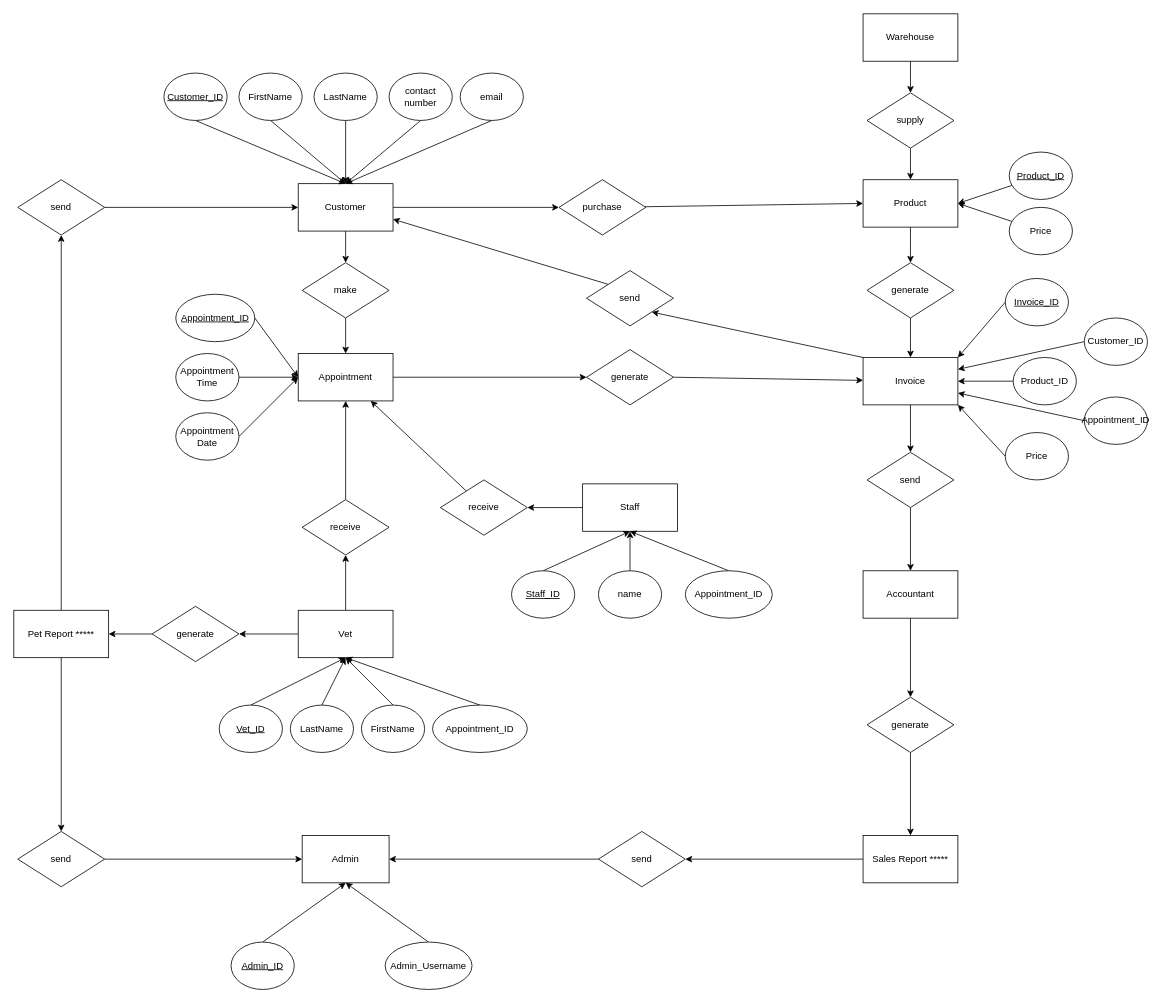
The draw.io diagram page "ERD" (4 of 4) of file drawio/SDPflowchart.drawio in Kentcwk26/SDP, before the edit. Source tidied: cells renumbered, new cells numbered last; positions are measured from the earlier drawing's top-left corner, leaving out a move shared by most shapes. Both pictures are drawn from the tidied source at 79%, with x=0, y=0 at pixel (13, 13).
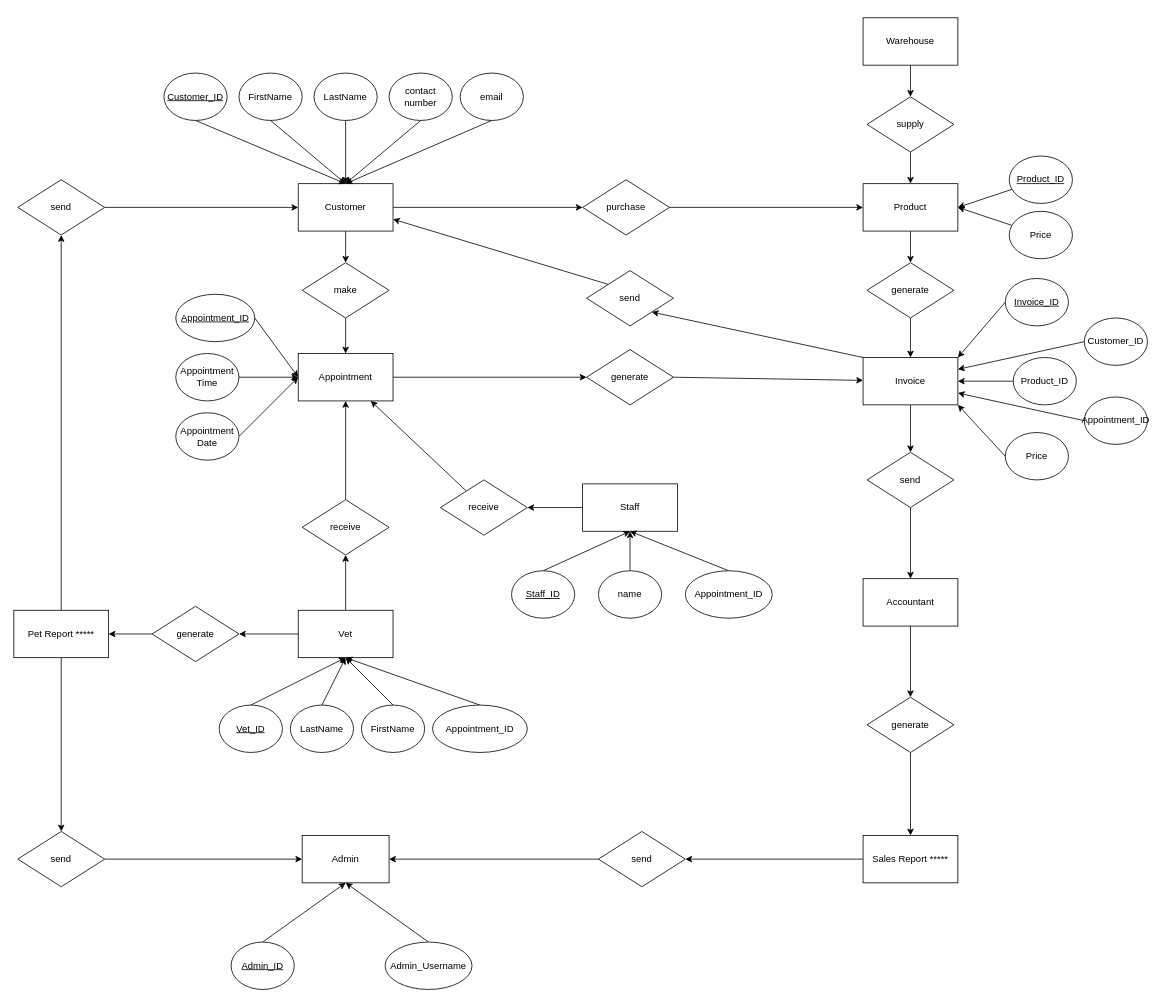
After the change.

Commit message:
Co-authored-by: HooYuHang <HooYuHang@users.noreply.github.com>

The change refers to these unchanged cells:
```xml
<mxCell id="47" value="generate" style="rhombus;whiteSpace=wrap;html=1;" parent="1" vertex="1">
  <mxGeometry x="1080" y="315" width="110" height="70" as="geometry" />
</mxCell>
```

Diff of the diagram source:
```diff
@@
     <mxCell id="24" value="Warehouse" style="rounded=0;whiteSpace=wrap;html=1;" parent="1" vertex="1">
-      <mxGeometry x="1075" width="120" height="60" as="geometry" />
+      <mxGeometry x="1075" y="5" width="120" height="60" as="geometry" />
     </mxCell>
@@
     <mxCell id="26" value="purchase" style="rhombus;whiteSpace=wrap;html=1;" parent="1" vertex="1">
-      <mxGeometry x="690" y="210" width="110" height="70" as="geometry" />
+      <mxGeometry x="720" y="210" width="110" height="70" as="geometry" />
     </mxCell>
-    <mxCell id="27" style="edgeStyle=none;html=1;" parent="1" edge="1" source="28" target="47">
+    <mxCell id="27" style="edgeStyle=none;html=1;entryX=0.5;entryY=0;entryDx=0;entryDy=0;" parent="1" edge="1" source="28" target="47">
       <mxGeometry relative="1" as="geometry" />
     </mxCell>
     <mxCell id="28" value="Product" style="rounded=0;whiteSpace=wrap;html=1;" parent="1" vertex="1">
-      <mxGeometry x="1075" y="210" width="120" height="60" as="geometry" />
+      <mxGeometry x="1075" y="215" width="120" height="60" as="geometry" />
     </mxCell>
@@
     <mxCell id="30" value="supply" style="rhombus;whiteSpace=wrap;html=1;" parent="1" vertex="1">
-      <mxGeometry x="1080" y="100" width="110" height="70" as="geometry" />
+      <mxGeometry x="1080" y="105" width="110" height="70" as="geometry" />
     </mxCell>
@@
     <mxCell id="32" value="&lt;u&gt;Product_ID&lt;/u&gt;" style="ellipse;whiteSpace=wrap;html=1;" parent="1" vertex="1">
-      <mxGeometry x="1260" y="175" width="80" height="60" as="geometry" />
+      <mxGeometry x="1260" y="180" width="80" height="60" as="geometry" />
     </mxCell>
@@
     <mxCell id="38" value="Price" style="ellipse;whiteSpace=wrap;html=1;" parent="1" vertex="1">
-      <mxGeometry x="1260" y="245" width="80" height="60" as="geometry" />
+      <mxGeometry x="1260" y="250" width="80" height="60" as="geometry" />
     </mxCell>
@@
     <mxCell id="90" value="Accountant" style="rounded=0;whiteSpace=wrap;html=1;" parent="1" vertex="1">
-      <mxGeometry x="1075" y="705" width="120" height="60" as="geometry" />
+      <mxGeometry x="1075" y="715" width="120" height="60" as="geometry" />
     </mxCell>
```
